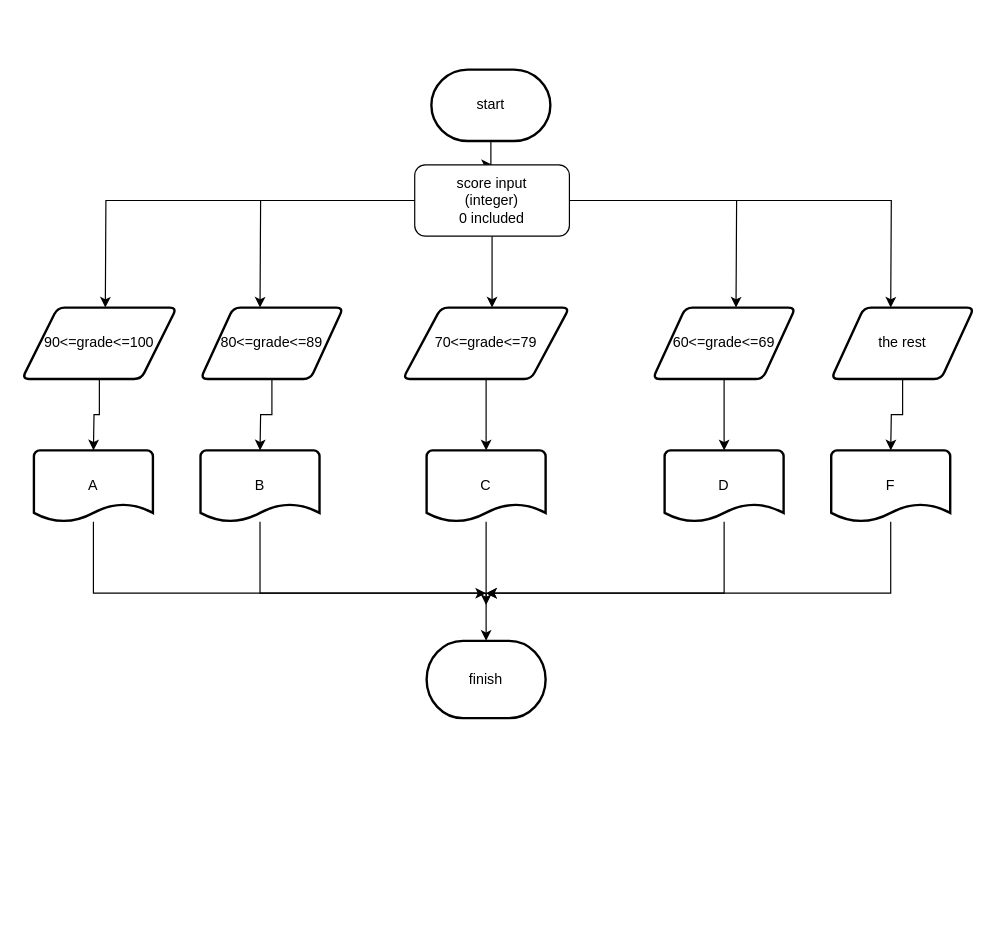
Above: stage/02_conditional/9498.drawio in Gyeongrok-Oh/boj (draw.io), before the change. Source tidied: cells renumbered, new cells numbered last; positions are measured from the earlier drawing's top-left corner, leaving out a move shared by most shapes. Both pictures are drawn from the tidied source at 119%, with x=0, y=0 at pixel (21, 69).
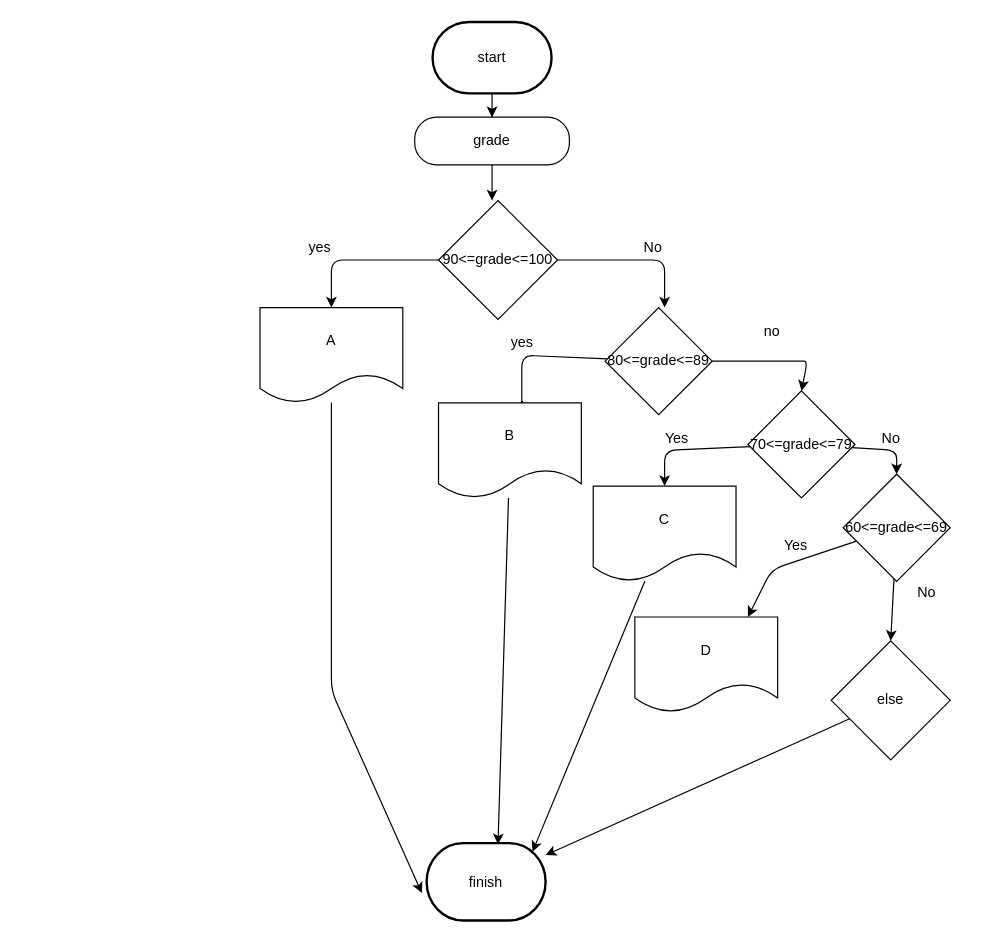
The same page after the edit.

Change to the diagram source:
```diff
@@
     <mxCell id="3" value="start" style="strokeWidth=2;html=1;shape=mxgraph.flowchart.terminator;whiteSpace=wrap;" parent="1" vertex="1">
-      <mxGeometry x="344" width="100" height="60" as="geometry" />
+      <mxGeometry x="345" y="-40" width="100" height="60" as="geometry" />
     </mxCell>
-    <mxCell id="4" style="edgeStyle=orthogonalEdgeStyle;rounded=0;jettySize=auto;html=1;" parent="1" edge="1" source="9">
-      <mxGeometry relative="1" as="geometry">
-        <mxPoint x="70" y="200" as="targetPoint" />
-      </mxGeometry>
-    </mxCell>
-    <mxCell id="5" style="edgeStyle=orthogonalEdgeStyle;rounded=0;jettySize=auto;html=1;" parent="1" edge="1" source="9">
-      <mxGeometry relative="1" as="geometry">
-        <mxPoint x="200" y="200" as="targetPoint" />
-      </mxGeometry>
-    </mxCell>
     <mxCell id="6" style="edgeStyle=orthogonalEdgeStyle;rounded=0;jettySize=auto;html=1;" parent="1" edge="1" source="9">
       <mxGeometry relative="1" as="geometry">
-        <mxPoint x="395" y="200" as="targetPoint" />
+        <mxPoint x="395" y="110" as="targetPoint" />
+        <Array as="points">
+          <mxPoint x="395" y="100" />
+          <mxPoint x="395" y="100" />
+        </Array>
       </mxGeometry>
     </mxCell>
-    <mxCell id="7" style="edgeStyle=orthogonalEdgeStyle;rounded=0;jettySize=auto;html=1;" parent="1" edge="1" source="9">
-      <mxGeometry relative="1" as="geometry">
-        <mxPoint x="600" y="200" as="targetPoint" />
-      </mxGeometry>
-    </mxCell>
-    <mxCell id="8" style="edgeStyle=orthogonalEdgeStyle;rounded=0;jettySize=auto;html=1;" parent="1" edge="1" source="9">
-      <mxGeometry relative="1" as="geometry">
-        <mxPoint x="730" y="200" as="targetPoint" />
-      </mxGeometry>
-    </mxCell>
-    <mxCell id="9" value="score input&lt;br&gt;(integer)&lt;br&gt;0 included" style="rounded=1;whiteSpace=wrap;html=1;" parent="1" vertex="1">
-      <mxGeometry x="330" y="80" width="130" height="60" as="geometry" />
+    <mxCell id="9" value="grade" style="rounded=1;whiteSpace=wrap;html=1;arcSize=46;" parent="1" vertex="1">
+      <mxGeometry x="330" y="40" width="130" height="40" as="geometry" />
     </mxCell>
@@
-    <mxCell id="11" style="edgeStyle=orthogonalEdgeStyle;rounded=0;jettySize=auto;html=1;" parent="1" edge="1" source="12">
-      <mxGeometry relative="1" as="geometry">
-        <mxPoint x="60" y="320" as="targetPoint" />
-      </mxGeometry>
-    </mxCell>
+    <mxCell id="31" value="finish" style="strokeWidth=2;html=1;shape=mxgraph.flowchart.terminator;whiteSpace=wrap;" parent="1" vertex="1">
+      <mxGeometry x="340" y="650" width="100" height="65" as="geometry" />
+    </mxCell>
+    <mxCell id="32" style="edgeStyle=none;html=1;" parent="1" edge="1" source="12">
+      <mxGeometry relative="1" as="geometry">
+        <mxPoint x="260" y="200" as="targetPoint" />
+        <Array as="points">
+          <mxPoint x="260" y="160" />
+        </Array>
+      </mxGeometry>
+    </mxCell>
+    <mxCell id="33" style="edgeStyle=none;html=1;" parent="1" edge="1" source="12">
+      <mxGeometry relative="1" as="geometry">
+        <mxPoint x="540" y="200" as="targetPoint" />
+        <Array as="points">
+          <mxPoint x="540" y="160" />
+        </Array>
+      </mxGeometry>
+    </mxCell>
-    <mxCell id="12" value="90&amp;lt;=grade&amp;lt;=100" style="shape=parallelogram;html=1;strokeWidth=2;perimeter=parallelogramPerimeter;whiteSpace=wrap;rounded=1;arcSize=12;size=0.23;" parent="1" vertex="1">
-      <mxGeometry y="200" width="130" height="60" as="geometry" />
+    <mxCell id="12" value="90&amp;lt;=grade&amp;lt;=100" style="rhombus;whiteSpace=wrap;html=1;" parent="1" vertex="1">
+      <mxGeometry x="350" y="110" width="100" height="100" as="geometry" />
     </mxCell>
-    <mxCell id="13" style="edgeStyle=orthogonalEdgeStyle;rounded=0;jettySize=auto;html=1;" parent="1" edge="1" source="14">
-      <mxGeometry relative="1" as="geometry">
-        <mxPoint x="200" y="320" as="targetPoint" />
-      </mxGeometry>
-    </mxCell>
+    <mxCell id="34" style="edgeStyle=none;html=1;entryX=-0.04;entryY=0.646;entryDx=0;entryDy=0;entryPerimeter=0;" parent="1" edge="1" source="22" target="31">
+      <mxGeometry relative="1" as="geometry">
+        <Array as="points">
+          <mxPoint x="260" y="522" />
+        </Array>
+      </mxGeometry>
+    </mxCell>
+    <mxCell id="22" value="A" style="shape=document;whiteSpace=wrap;html=1;boundedLbl=1;" parent="1" vertex="1">
+      <mxGeometry x="200" y="200" width="120" height="80" as="geometry" />
+    </mxCell>
+    <mxCell id="35" value="yes" style="text;html=1;align=center;verticalAlign=middle;strokeColor=none;fillColor=none;" parent="1" vertex="1">
+      <mxGeometry x="235" y="140" width="30" height="20" as="geometry" />
+    </mxCell>
+    <mxCell id="36" value="No" style="text;html=1;align=center;verticalAlign=middle;strokeColor=none;fillColor=none;" parent="1" vertex="1">
+      <mxGeometry x="515" y="140" width="30" height="20" as="geometry" />
+    </mxCell>
+    <mxCell id="37" style="edgeStyle=none;html=1;entryX=0.592;entryY=-0.025;entryDx=0;entryDy=0;entryPerimeter=0;" parent="1" edge="1" source="14" target="24">
+      <mxGeometry relative="1" as="geometry">
+        <Array as="points">
+          <mxPoint x="420" y="240" />
+          <mxPoint x="420" y="270" />
+          <mxPoint x="420" y="280" />
+        </Array>
+      </mxGeometry>
+    </mxCell>
+    <mxCell id="38" style="edgeStyle=none;html=1;entryX=0.5;entryY=0;entryDx=0;entryDy=0;" parent="1" edge="1" source="14" target="16">
+      <mxGeometry relative="1" as="geometry">
+        <Array as="points">
+          <mxPoint x="650" y="245" />
+          <mxPoint x="660" y="245" />
+        </Array>
+      </mxGeometry>
+    </mxCell>
-    <mxCell id="14" value="80&amp;lt;=grade&amp;lt;=89" style="shape=parallelogram;html=1;strokeWidth=2;perimeter=parallelogramPerimeter;whiteSpace=wrap;rounded=1;arcSize=12;size=0.23;" parent="1" vertex="1">
-      <mxGeometry x="150" y="200" width="120" height="60" as="geometry" />
+    <mxCell id="14" value="80&amp;lt;=grade&amp;lt;=89" style="rhombus;whiteSpace=wrap;html=1;" parent="1" vertex="1">
+      <mxGeometry x="490" y="200" width="90" height="90" as="geometry" />
     </mxCell>
-    <mxCell id="15" style="edgeStyle=orthogonalEdgeStyle;rounded=0;jettySize=auto;html=1;" parent="1" edge="1" source="16">
-      <mxGeometry relative="1" as="geometry">
-        <mxPoint x="390" y="320" as="targetPoint" />
-        <Array as="points">
-          <mxPoint x="390" y="320" />
-        </Array>
-      </mxGeometry>
-    </mxCell>
+    <mxCell id="39" value="yes" style="text;html=1;align=center;verticalAlign=middle;strokeColor=none;fillColor=none;" parent="1" vertex="1">
+      <mxGeometry x="405" y="220" width="30" height="20" as="geometry" />
+    </mxCell>
+    <mxCell id="40" style="edgeStyle=none;html=1;entryX=0.6;entryY=0.015;entryDx=0;entryDy=0;entryPerimeter=0;" parent="1" edge="1" source="24" target="31">
+      <mxGeometry relative="1" as="geometry" />
+    </mxCell>
+    <mxCell id="24" value="B" style="shape=document;whiteSpace=wrap;html=1;boundedLbl=1;" parent="1" vertex="1">
+      <mxGeometry x="350" y="280" width="120" height="80" as="geometry" />
+    </mxCell>
+    <mxCell id="41" style="edgeStyle=none;html=1;" parent="1" edge="1" source="16">
+      <mxGeometry relative="1" as="geometry">
+        <mxPoint x="540" y="350" as="targetPoint" />
+        <Array as="points">
+          <mxPoint x="540" y="320" />
+        </Array>
+      </mxGeometry>
+    </mxCell>
+    <mxCell id="42" style="edgeStyle=none;html=1;entryX=0.5;entryY=0;entryDx=0;entryDy=0;" parent="1" edge="1" source="16" target="18">
+      <mxGeometry relative="1" as="geometry">
+        <Array as="points">
+          <mxPoint x="735" y="320" />
+        </Array>
+      </mxGeometry>
+    </mxCell>
-    <mxCell id="16" value="70&amp;lt;=grade&amp;lt;=79" style="shape=parallelogram;html=1;strokeWidth=2;perimeter=parallelogramPerimeter;whiteSpace=wrap;rounded=1;arcSize=12;size=0.23;" parent="1" vertex="1">
-      <mxGeometry x="320" y="200" width="140" height="60" as="geometry" />
+    <mxCell id="16" value="70&amp;lt;=grade&amp;lt;=79" style="rhombus;whiteSpace=wrap;html=1;" parent="1" vertex="1">
+      <mxGeometry x="610" y="270" width="90" height="90" as="geometry" />
     </mxCell>
-    <mxCell id="17" style="edgeStyle=orthogonalEdgeStyle;rounded=0;jettySize=auto;html=1;" parent="1" edge="1" source="18">
-      <mxGeometry relative="1" as="geometry">
-        <mxPoint x="590" y="320" as="targetPoint" />
-      </mxGeometry>
-    </mxCell>
-    <mxCell id="18" value="60&amp;lt;=grade&amp;lt;=69" style="shape=parallelogram;html=1;strokeWidth=2;perimeter=parallelogramPerimeter;whiteSpace=wrap;rounded=1;arcSize=12;size=0.23;" parent="1" vertex="1">
-      <mxGeometry x="530" y="200" width="120" height="60" as="geometry" />
-    </mxCell>
-    <mxCell id="19" style="edgeStyle=orthogonalEdgeStyle;rounded=0;jettySize=auto;html=1;" parent="1" edge="1" source="20">
-      <mxGeometry relative="1" as="geometry">
-        <mxPoint x="730" y="320" as="targetPoint" />
-      </mxGeometry>
-    </mxCell>
-    <mxCell id="20" value="the rest" style="shape=parallelogram;html=1;strokeWidth=2;perimeter=parallelogramPerimeter;whiteSpace=wrap;rounded=1;arcSize=12;size=0.23;" parent="1" vertex="1">
-      <mxGeometry x="680" y="200" width="120" height="60" as="geometry" />
-    </mxCell>
-    <mxCell id="21" style="edgeStyle=orthogonalEdgeStyle;rounded=0;jettySize=auto;html=1;" parent="1" edge="1" source="22">
-      <mxGeometry relative="1" as="geometry">
-        <mxPoint x="390" y="440" as="targetPoint" />
-        <Array as="points">
-          <mxPoint x="60" y="440" />
-        </Array>
-      </mxGeometry>
-    </mxCell>
-    <mxCell id="22" value="A" style="strokeWidth=2;html=1;shape=mxgraph.flowchart.document2;whiteSpace=wrap;size=0.25;" parent="1" vertex="1">
-      <mxGeometry x="10" y="320" width="100" height="60" as="geometry" />
-    </mxCell>
-    <mxCell id="23" style="edgeStyle=orthogonalEdgeStyle;rounded=0;jettySize=auto;html=1;" parent="1" edge="1" source="24">
-      <mxGeometry relative="1" as="geometry">
-        <mxPoint x="390" y="450" as="targetPoint" />
-        <Array as="points">
-          <mxPoint x="200" y="440" />
-          <mxPoint x="390" y="440" />
-        </Array>
-      </mxGeometry>
-    </mxCell>
-    <mxCell id="24" value="B" style="strokeWidth=2;html=1;shape=mxgraph.flowchart.document2;whiteSpace=wrap;size=0.25;" parent="1" vertex="1">
-      <mxGeometry x="150" y="320" width="100" height="60" as="geometry" />
-    </mxCell>
-    <mxCell id="25" style="edgeStyle=orthogonalEdgeStyle;rounded=0;jettySize=auto;html=1;entryX=0.5;entryY=0;entryDx=0;entryDy=0;entryPerimeter=0;" parent="1" edge="1" source="26" target="31">
+    <mxCell id="25" style="edgeStyle=none;html=1;entryX=0.89;entryY=0.11;entryDx=0;entryDy=0;entryPerimeter=0;" parent="1" edge="1" source="26" target="31">
       <mxGeometry relative="1" as="geometry" />
     </mxCell>
-    <mxCell id="26" value="C" style="strokeWidth=2;html=1;shape=mxgraph.flowchart.document2;whiteSpace=wrap;size=0.25;" parent="1" vertex="1">
-      <mxGeometry x="340" y="320" width="100" height="60" as="geometry" />
+    <mxCell id="26" value="C" style="shape=document;whiteSpace=wrap;html=1;boundedLbl=1;" parent="1" vertex="1">
+      <mxGeometry x="480" y="350" width="120" height="80" as="geometry" />
     </mxCell>
-    <mxCell id="27" style="edgeStyle=orthogonalEdgeStyle;rounded=0;jettySize=auto;html=1;" parent="1" edge="1" source="28">
-      <mxGeometry relative="1" as="geometry">
-        <mxPoint x="390" y="440" as="targetPoint" />
-        <Array as="points">
-          <mxPoint x="590" y="440" />
-        </Array>
-      </mxGeometry>
-    </mxCell>
+    <mxCell id="43" style="edgeStyle=none;html=1;" parent="1" edge="1" source="18">
+      <mxGeometry relative="1" as="geometry">
+        <mxPoint x="610" y="460" as="targetPoint" />
+        <Array as="points">
+          <mxPoint x="630" y="420" />
+        </Array>
+      </mxGeometry>
+    </mxCell>
+    <mxCell id="44" style="edgeStyle=none;html=1;entryX=0.5;entryY=0;entryDx=0;entryDy=0;" parent="1" edge="1" source="18" target="46">
+      <mxGeometry relative="1" as="geometry" />
+    </mxCell>
+    <mxCell id="18" value="60&amp;lt;=grade&amp;lt;=69" style="rhombus;whiteSpace=wrap;html=1;" parent="1" vertex="1">
+      <mxGeometry x="690" y="340" width="90" height="90" as="geometry" />
+    </mxCell>
-    <mxCell id="28" value="D" style="strokeWidth=2;html=1;shape=mxgraph.flowchart.document2;whiteSpace=wrap;size=0.25;" parent="1" vertex="1">
-      <mxGeometry x="540" y="320" width="100" height="60" as="geometry" />
+    <mxCell id="28" value="D" style="shape=document;whiteSpace=wrap;html=1;boundedLbl=1;" parent="1" vertex="1">
+      <mxGeometry x="515" y="460" width="120" height="80" as="geometry" />
     </mxCell>
-    <mxCell id="29" style="edgeStyle=orthogonalEdgeStyle;rounded=0;jettySize=auto;html=1;" parent="1" edge="1" source="30">
-      <mxGeometry relative="1" as="geometry">
-        <mxPoint x="390" y="440" as="targetPoint" />
-        <Array as="points">
-          <mxPoint x="730" y="440" />
-        </Array>
-      </mxGeometry>
-    </mxCell>
-    <mxCell id="30" value="F" style="strokeWidth=2;html=1;shape=mxgraph.flowchart.document2;whiteSpace=wrap;size=0.25;" parent="1" vertex="1">
-      <mxGeometry x="680" y="320" width="100" height="60" as="geometry" />
-    </mxCell>
-    <mxCell id="31" value="finish" style="strokeWidth=2;html=1;shape=mxgraph.flowchart.terminator;whiteSpace=wrap;" parent="1" vertex="1">
-      <mxGeometry x="340" y="480" width="100" height="65" as="geometry" />
-    </mxCell>
+    <mxCell id="45" style="edgeStyle=none;html=1;" parent="1" edge="1" source="46" target="31">
+      <mxGeometry relative="1" as="geometry" />
+    </mxCell>
+    <mxCell id="46" value="else" style="rhombus;whiteSpace=wrap;html=1;" parent="1" vertex="1">
+      <mxGeometry x="680" y="480" width="100" height="100" as="geometry" />
+    </mxCell>
+    <mxCell id="47" value="Yes" style="text;html=1;align=center;verticalAlign=middle;strokeColor=none;fillColor=none;" parent="1" vertex="1">
+      <mxGeometry x="530" y="300" width="40" height="20" as="geometry" />
+    </mxCell>
+    <mxCell id="48" value="No" style="text;html=1;align=center;verticalAlign=middle;strokeColor=none;fillColor=none;" parent="1" vertex="1">
+      <mxGeometry x="715" y="300" width="30" height="20" as="geometry" />
+    </mxCell>
+    <mxCell id="49" value="Yes" style="text;html=1;align=center;verticalAlign=middle;strokeColor=none;fillColor=none;" parent="1" vertex="1">
+      <mxGeometry x="630" y="390" width="40" height="20" as="geometry" />
+    </mxCell>
+    <mxCell id="50" value="No" style="text;html=1;align=center;verticalAlign=middle;strokeColor=none;fillColor=none;" parent="1" vertex="1">
+      <mxGeometry x="745" y="430" width="30" height="20" as="geometry" />
+    </mxCell>
+    <mxCell id="51" value="no" style="text;html=1;align=center;verticalAlign=middle;strokeColor=none;fillColor=none;" parent="1" vertex="1">
+      <mxGeometry x="615" y="210" width="30" height="20" as="geometry" />
+    </mxCell>
```
